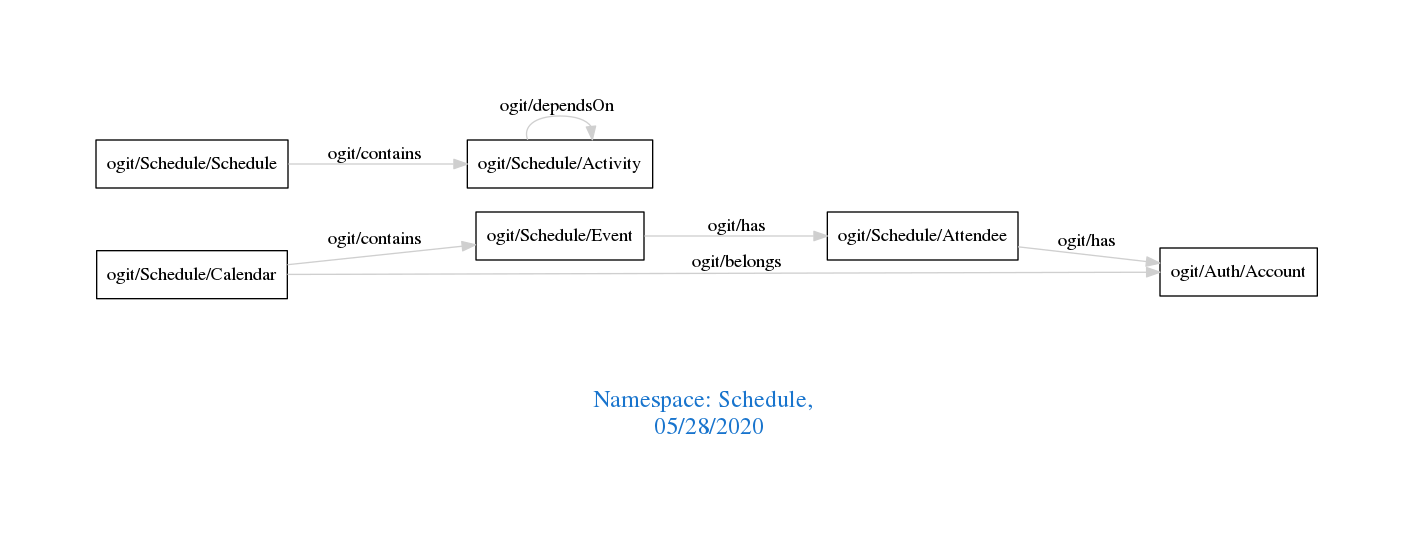
This is downloads/Schedule.png from arago/OGIT, a Graphviz export, as it was before one commit. Its source is kept beside it as downloads/Schedule.dot.
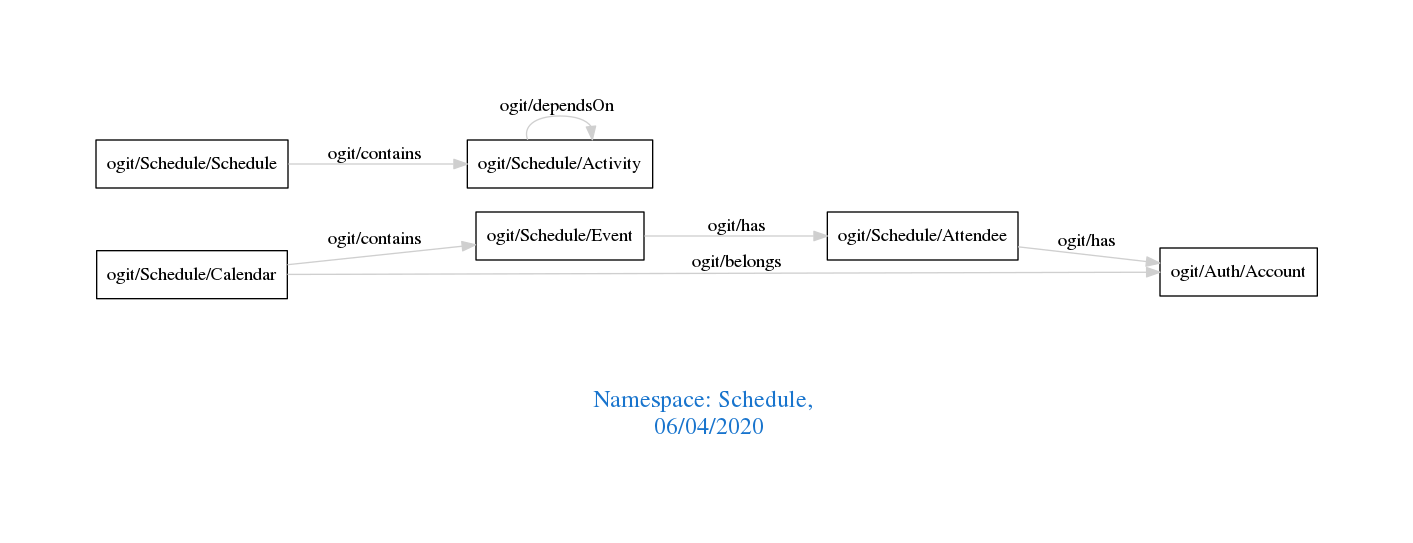
Later version of the same file.

The edit, as a diff of the source:
```diff
@@ -1,7 +1,7 @@
 digraph OGIT_ontology {
  graph [ rankdir= LR,pad=1
 fontsize = 18,
-fontcolor= dodgerblue3,label = "\n\n\nNamespace: Schedule, \n 05/28/2020"];
+fontcolor= dodgerblue3,label = "\n\n\nNamespace: Schedule, \n 06/04/2020"];
 node[shape=polygon];
 edge [  color="gray81"];
 
```
